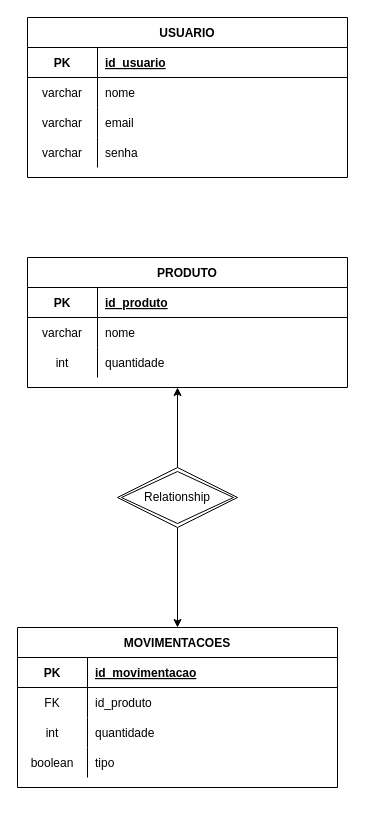
RaphaAmericano/keener keeps this draw.io diagram as docs/database.drawio. Above is the earlier version. Source tidied: cells renumbered, new cells numbered last; positions are measured from the earlier drawing's top-left corner, leaving out a move shared by most shapes. Both pictures are drawn from the tidied source at 100%, with x=0, y=0 at pixel (17, 17).
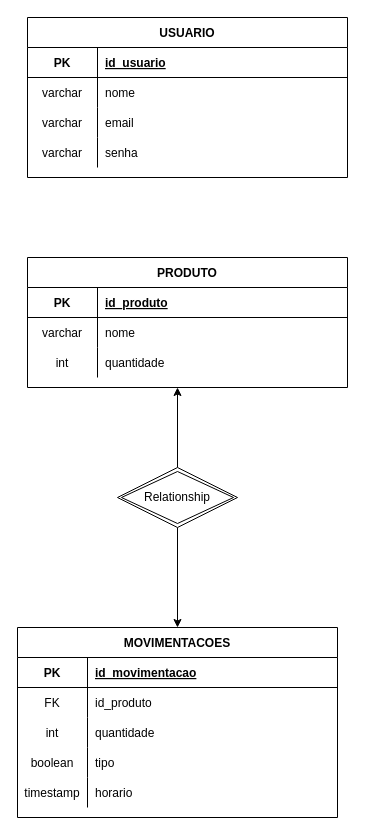
The same diagram, later.

What changed in the source:
```diff
@@
     <mxCell id="28" value="MOVIMENTACOES" style="shape=table;startSize=30;childLayout=tableLayout;rowLines=0;fontStyle=1;align=center;" parent="1" vertex="1">
-      <mxGeometry y="610" width="320" height="160" as="geometry" />
+      <mxGeometry y="610" width="320" height="190" as="geometry" />
     </mxCell>
@@
+    <mxCell id="41" style="shape=partialRectangle;fillColor=none;top=0;left=0;bottom=0;right=0;" parent="28" vertex="1">
+      <mxGeometry y="150" width="320" height="30" as="geometry" />
+    </mxCell>
+    <mxCell id="42" value="timestamp" style="shape=partialRectangle;fillColor=none;top=0;left=0;bottom=0;right=0;overflow=hidden;" parent="41" vertex="1">
+      <mxGeometry width="70" height="30" as="geometry" />
+    </mxCell>
+    <mxCell id="43" value="horario" style="shape=partialRectangle;fillColor=none;top=0;left=0;bottom=0;right=0;align=left;spacingLeft=6;overflow=hidden;" parent="41" vertex="1">
+      <mxGeometry x="70" width="250" height="30" as="geometry" />
+    </mxCell>
```
